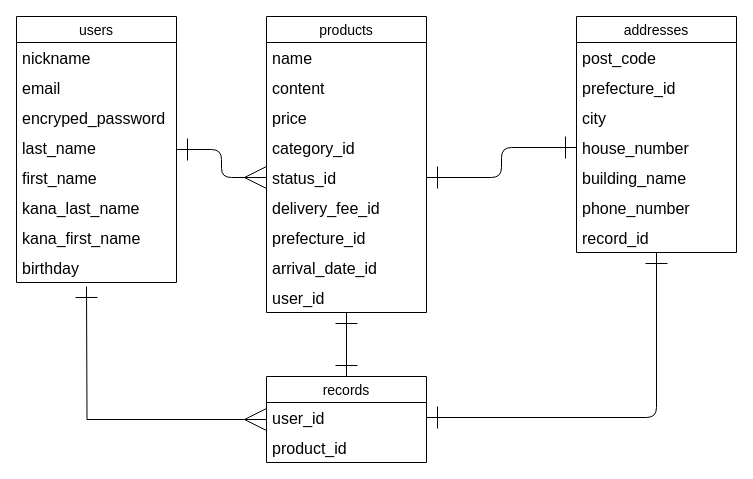
Above: fruima.dio in maxmyfriend/furima-35051 (draw.io), before the change. Source tidied: cells renumbered, new cells numbered last; positions are measured from the earlier drawing's top-left corner, leaving out a move shared by most shapes. Both pictures are drawn from the tidied source at 100%, with x=0, y=0 at pixel (16, 16).
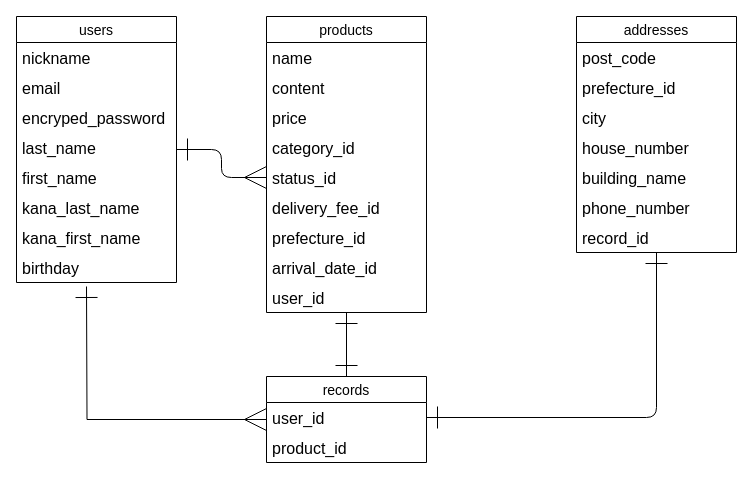
The same page after the edit.

Unchanged cells that the change refers to:
```xml
<mxCell id="18" value="status_id" style="text;strokeColor=none;fillColor=none;spacingLeft=4;spacingRight=4;overflow=hidden;points=[[0,0.5],[1,0.5]];portConstraint=eastwest;fontSize=16;" parent="13" vertex="1">
  <mxGeometry y="146" width="160" height="30" as="geometry" />
</mxCell>
<mxCell id="32" value="house_number" style="text;strokeColor=none;fillColor=none;spacingLeft=4;spacingRight=4;overflow=hidden;points=[[0,0.5],[1,0.5]];portConstraint=eastwest;fontSize=16;" parent="28" vertex="1">
  <mxGeometry y="116" width="160" height="30" as="geometry" />
</mxCell>
```

What changed in the source:
```diff
@@
-    <mxCell id="36" style="edgeStyle=orthogonalEdgeStyle;curved=0;rounded=1;sketch=0;jettySize=auto;html=1;entryX=1;entryY=0.5;entryDx=0;entryDy=0;startArrow=ERone;startFill=0;startSize=20;endArrow=ERone;endFill=0;endSize=20;" parent="1" edge="1" source="32" target="18">
-      <mxGeometry relative="1" as="geometry" />
-    </mxCell>
```
